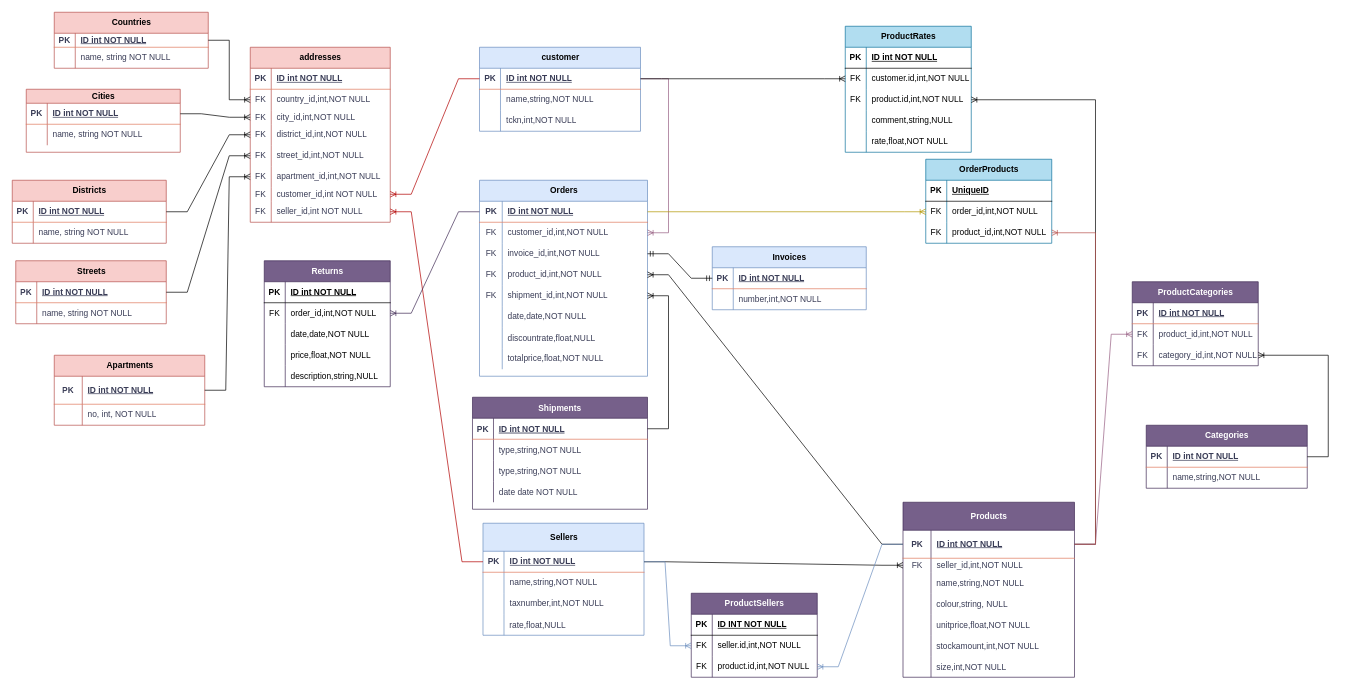
Before: Untitled Diagram.drawio in ugurhdml/Etiya-Akademi-Python, a draw.io diagram. Source tidied: cells renumbered, new cells numbered last; positions are measured from the earlier drawing's top-left corner, leaving out a move shared by most shapes. Both pictures are drawn from the tidied source at 70%, with x=0, y=0 at pixel (12, 12).
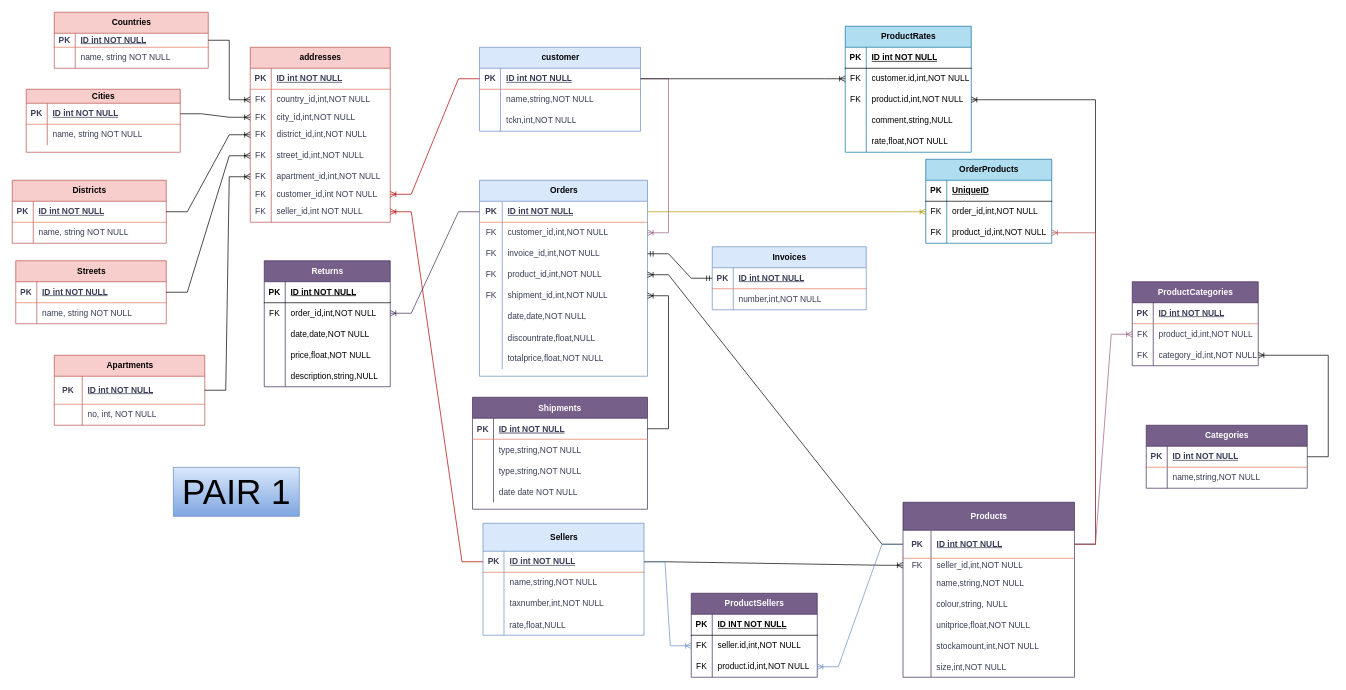
Above is the later version.

Diff of the diagram source:
```diff
@@
+    <mxCell id="242" value="&lt;font style=&quot;font-size: 50px;&quot;&gt;PAIR 1&lt;/font&gt;" style="text;html=1;align=center;verticalAlign=middle;strokeColor=#6c8ebf;fillColor=#dae8fc;gradientColor=#7ea6e0;" parent="1" vertex="1">
+      <mxGeometry x="230" y="650" width="180" height="70" as="geometry" />
+    </mxCell>
```
